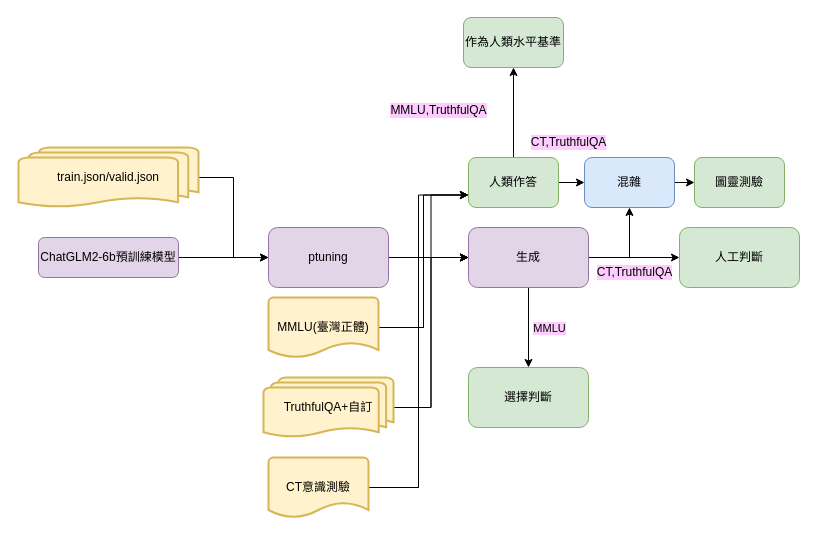
Earlier version of the draw.io diagram chart/flowofstudy.drawio (lsjle/2024-science-fair). Source tidied: cells renumbered, new cells numbered last; positions are measured from the earlier drawing's top-left corner, leaving out a move shared by most shapes. Both pictures are drawn from the tidied source at 100%, with x=0, y=0 at pixel (18, 17).
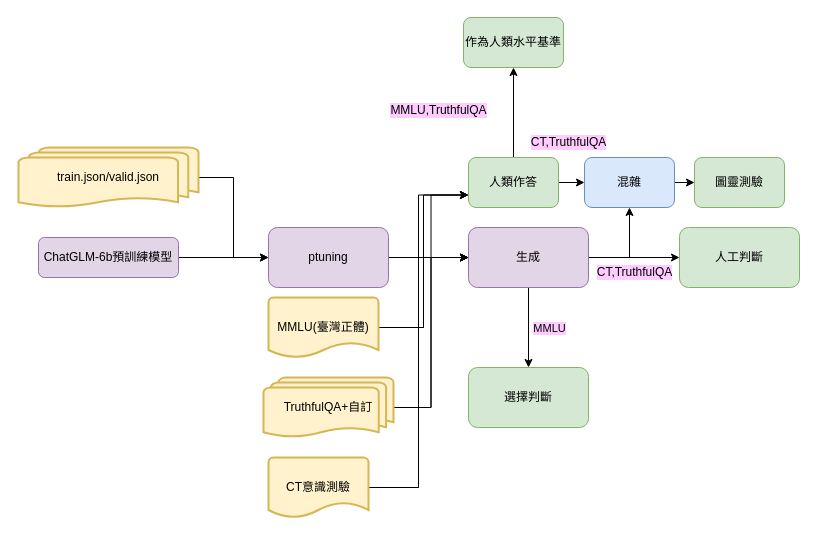
After the change.

What changed in the source:
```diff
@@
-    <mxCell id="3" value="ChatGLM2-6b預訓練模型" style="rounded=1;whiteSpace=wrap;html=1;fontSize=12;glass=0;strokeWidth=1;shadow=0;fillColor=#e1d5e7;strokeColor=#9673a6;" parent="1" vertex="1">
+    <mxCell id="3" value="ChatGLM-6b預訓練模型" style="rounded=1;whiteSpace=wrap;html=1;fontSize=12;glass=0;strokeWidth=1;shadow=0;fillColor=#e1d5e7;strokeColor=#9673a6;" parent="1" vertex="1">
       <mxGeometry x="20" y="220" width="140" height="40" as="geometry" />
     </mxCell>
```
